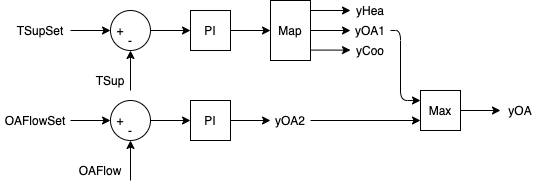
Before: testcases/multizone_office_simple_air/doc/images/C3.png, a diagram exported from draw.io (ibpsa/project1-boptest). Source tidied: cells renumbered, new cells last; positions are measured from the earlier drawing's top-left corner, leaving out a move shared by most shapes. The source it was exported from:
```xml
<mxGraphModel>
  <root>
    <mxCell id="0" />
    <mxCell id="1" parent="0" />
    <mxCell id="2" style="ellipse;whiteSpace=wrap;html=1;" parent="1" vertex="1">
      <mxGeometry x="110" y="10" width="40" height="40" as="geometry" />
    </mxCell>
    <mxCell id="3" style="endArrow=classic;html=1;entryX=0;entryY=0.5;entryDx=0;entryDy=0;" parent="1" edge="1" target="2">
      <mxGeometry relative="1" as="geometry">
        <mxPoint x="70" y="30" as="sourcePoint" />
      </mxGeometry>
    </mxCell>
    <mxCell id="4" style="endArrow=classic;html=1;entryX=0.5;entryY=1;entryDx=0;entryDy=0;" parent="1" edge="1" target="2">
      <mxGeometry relative="1" as="geometry">
        <mxPoint x="130" y="90" as="sourcePoint" />
      </mxGeometry>
    </mxCell>
    <mxCell id="5" style="endArrow=classic;html=1;exitX=1;exitY=0.5;exitDx=0;exitDy=0;entryX=0;entryY=0.5;entryDx=0;entryDy=0;" parent="1" edge="1" source="2" target="6">
      <mxGeometry relative="1" as="geometry" />
    </mxCell>
    <mxCell id="6" value="PI" style="rounded=0;whiteSpace=wrap;html=1;" parent="1" vertex="1">
      <mxGeometry x="190" y="10" width="40" height="40" as="geometry" />
    </mxCell>
    <mxCell id="7" style="endArrow=classic;html=1;exitX=1;exitY=0.5;exitDx=0;exitDy=0;" parent="1" edge="1" source="6">
      <mxGeometry relative="1" as="geometry">
        <mxPoint x="270" y="30" as="targetPoint" />
      </mxGeometry>
    </mxCell>
    <mxCell id="8" value="+" style="text;html=1;strokeColor=none;fillColor=none;align=center;verticalAlign=middle;whiteSpace=wrap;rounded=0;" parent="1" vertex="1">
      <mxGeometry x="110" y="20" width="20" height="20" as="geometry" />
    </mxCell>
    <mxCell id="9" value="-" style="text;html=1;strokeColor=none;fillColor=none;align=center;verticalAlign=middle;whiteSpace=wrap;rounded=0;" parent="1" vertex="1">
      <mxGeometry x="120" y="30" width="20" height="20" as="geometry" />
    </mxCell>
    <mxCell id="10" value="TSupSet" style="text;html=1;strokeColor=none;fillColor=none;align=center;verticalAlign=middle;whiteSpace=wrap;rounded=0;" parent="1" vertex="1">
      <mxGeometry x="10" y="20" width="60" height="20" as="geometry" />
    </mxCell>
    <mxCell id="11" value="TSup" style="text;html=1;strokeColor=none;fillColor=none;align=center;verticalAlign=middle;whiteSpace=wrap;rounded=0;" parent="1" vertex="1">
      <mxGeometry x="90" y="70" width="40" height="20" as="geometry" />
    </mxCell>
    <mxCell id="12" value="Map" style="rounded=0;whiteSpace=wrap;html=1;" parent="1" vertex="1">
      <mxGeometry x="270" width="40" height="60" as="geometry" />
    </mxCell>
    <mxCell id="13" style="endArrow=classic;html=1;exitX=1;exitY=0.5;exitDx=0;exitDy=0;" parent="1" edge="1">
      <mxGeometry relative="1" as="geometry">
        <mxPoint x="310" y="10" as="sourcePoint" />
        <mxPoint x="350" y="10" as="targetPoint" />
      </mxGeometry>
    </mxCell>
    <mxCell id="14" style="endArrow=classic;html=1;exitX=1;exitY=0.5;exitDx=0;exitDy=0;" parent="1" edge="1">
      <mxGeometry relative="1" as="geometry">
        <mxPoint x="310" y="30" as="sourcePoint" />
        <mxPoint x="350" y="30" as="targetPoint" />
      </mxGeometry>
    </mxCell>
    <mxCell id="15" style="endArrow=classic;html=1;exitX=1;exitY=0.5;exitDx=0;exitDy=0;" parent="1" edge="1">
      <mxGeometry relative="1" as="geometry">
        <mxPoint x="310" y="49.6" as="sourcePoint" />
        <mxPoint x="350" y="49.6" as="targetPoint" />
      </mxGeometry>
    </mxCell>
    <mxCell id="16" value="yHea" style="text;html=1;strokeColor=none;fillColor=none;align=center;verticalAlign=middle;whiteSpace=wrap;rounded=0;" parent="1" vertex="1">
      <mxGeometry x="350" width="40" height="20" as="geometry" />
    </mxCell>
    <mxCell id="17" value="yOA1" style="text;html=1;strokeColor=none;fillColor=none;align=center;verticalAlign=middle;whiteSpace=wrap;rounded=0;" parent="1" vertex="1">
      <mxGeometry x="350" y="20" width="40" height="20" as="geometry" />
    </mxCell>
    <mxCell id="18" value="yCoo" style="text;html=1;strokeColor=none;fillColor=none;align=center;verticalAlign=middle;whiteSpace=wrap;rounded=0;" parent="1" vertex="1">
      <mxGeometry x="350" y="40" width="40" height="20" as="geometry" />
    </mxCell>
    <mxCell id="19" style="ellipse;whiteSpace=wrap;html=1;" parent="1" vertex="1">
      <mxGeometry x="110" y="100" width="40" height="40" as="geometry" />
    </mxCell>
    <mxCell id="20" style="endArrow=classic;html=1;entryX=0;entryY=0.5;entryDx=0;entryDy=0;" parent="1" edge="1" target="19">
      <mxGeometry relative="1" as="geometry">
        <mxPoint x="70" y="120" as="sourcePoint" />
      </mxGeometry>
    </mxCell>
    <mxCell id="21" style="endArrow=classic;html=1;entryX=0.5;entryY=1;entryDx=0;entryDy=0;" parent="1" edge="1" target="19">
      <mxGeometry relative="1" as="geometry">
        <mxPoint x="130" y="180" as="sourcePoint" />
      </mxGeometry>
    </mxCell>
    <mxCell id="22" style="endArrow=classic;html=1;exitX=1;exitY=0.5;exitDx=0;exitDy=0;entryX=0;entryY=0.5;entryDx=0;entryDy=0;" parent="1" edge="1" source="19" target="23">
      <mxGeometry relative="1" as="geometry" />
    </mxCell>
    <mxCell id="23" value="PI" style="rounded=0;whiteSpace=wrap;html=1;" parent="1" vertex="1">
      <mxGeometry x="190" y="100" width="40" height="40" as="geometry" />
    </mxCell>
    <mxCell id="24" value="+" style="text;html=1;strokeColor=none;fillColor=none;align=center;verticalAlign=middle;whiteSpace=wrap;rounded=0;" parent="1" vertex="1">
      <mxGeometry x="110" y="110" width="20" height="20" as="geometry" />
    </mxCell>
    <mxCell id="25" value="-" style="text;html=1;strokeColor=none;fillColor=none;align=center;verticalAlign=middle;whiteSpace=wrap;rounded=0;" parent="1" vertex="1">
      <mxGeometry x="120" y="120" width="20" height="20" as="geometry" />
    </mxCell>
    <mxCell id="26" value="OAFlowSet" style="text;html=1;strokeColor=none;fillColor=none;align=center;verticalAlign=middle;whiteSpace=wrap;rounded=0;" parent="1" vertex="1">
      <mxGeometry y="110" width="70" height="20" as="geometry" />
    </mxCell>
    <mxCell id="27" value="OAFlow" style="text;html=1;strokeColor=none;fillColor=none;align=center;verticalAlign=middle;whiteSpace=wrap;rounded=0;" parent="1" vertex="1">
      <mxGeometry x="70" y="160" width="60" height="20" as="geometry" />
    </mxCell>
    <mxCell id="28" style="endArrow=classic;html=1;exitX=1;exitY=0.5;exitDx=0;exitDy=0;" parent="1" edge="1">
      <mxGeometry relative="1" as="geometry">
        <mxPoint x="230" y="120" as="sourcePoint" />
        <mxPoint x="270" y="120" as="targetPoint" />
      </mxGeometry>
    </mxCell>
    <mxCell id="29" value="yOA2" style="text;html=1;strokeColor=none;fillColor=none;align=center;verticalAlign=middle;whiteSpace=wrap;rounded=0;" parent="1" vertex="1">
      <mxGeometry x="270" y="110" width="40" height="20" as="geometry" />
    </mxCell>
    <mxCell id="30" value="Max" style="rounded=0;whiteSpace=wrap;html=1;" parent="1" vertex="1">
      <mxGeometry x="420" y="90" width="40" height="40" as="geometry" />
    </mxCell>
    <mxCell id="31" style="endArrow=classic;html=1;entryX=0;entryY=0.75;entryDx=0;entryDy=0;exitX=1;exitY=0.5;exitDx=0;exitDy=0;" parent="1" edge="1" source="29" target="30">
      <mxGeometry relative="1" as="geometry" />
    </mxCell>
    <mxCell id="32" style="endArrow=classic;html=1;entryX=0;entryY=0.25;entryDx=0;entryDy=0;exitX=1;exitY=0.5;exitDx=0;exitDy=0;" parent="1" edge="1" source="17" target="30">
      <mxGeometry relative="1" as="geometry">
        <Array as="points">
          <mxPoint x="400" y="30" />
          <mxPoint x="400" y="100" />
        </Array>
      </mxGeometry>
    </mxCell>
    <mxCell id="33" style="endArrow=classic;html=1;exitX=1;exitY=0.5;exitDx=0;exitDy=0;" parent="1" edge="1">
      <mxGeometry relative="1" as="geometry">
        <mxPoint x="460" y="110" as="sourcePoint" />
        <mxPoint x="500" y="110" as="targetPoint" />
      </mxGeometry>
    </mxCell>
    <mxCell id="34" value="yOA" style="text;html=1;strokeColor=none;fillColor=none;align=center;verticalAlign=middle;whiteSpace=wrap;rounded=0;" parent="1" vertex="1">
      <mxGeometry x="500" y="100" width="40" height="20" as="geometry" />
    </mxCell>
  </root>
</mxGraphModel>
```
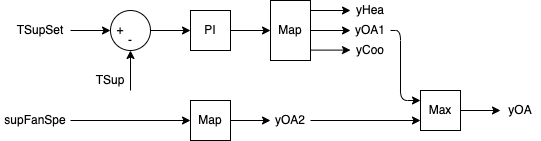
Later version of the same file.

Change to the diagram source:
```diff
@@ -68,37 +68,17 @@
     <mxCell id="18" value="yCoo" style="text;html=1;strokeColor=none;fillColor=none;align=center;verticalAlign=middle;whiteSpace=wrap;rounded=0;" parent="1" vertex="1">
       <mxGeometry x="350" y="40" width="40" height="20" as="geometry" />
     </mxCell>
-    <mxCell id="19" style="ellipse;whiteSpace=wrap;html=1;" parent="1" vertex="1">
-      <mxGeometry x="110" y="100" width="40" height="40" as="geometry" />
-    </mxCell>
-    <mxCell id="20" style="endArrow=classic;html=1;entryX=0;entryY=0.5;entryDx=0;entryDy=0;" parent="1" edge="1" target="19">
+    <mxCell id="20" style="endArrow=classic;html=1;entryX=0;entryY=0.5;entryDx=0;entryDy=0;" parent="1" edge="1" target="23">
       <mxGeometry relative="1" as="geometry">
         <mxPoint x="70" y="120" as="sourcePoint" />
       </mxGeometry>
     </mxCell>
-    <mxCell id="21" style="endArrow=classic;html=1;entryX=0.5;entryY=1;entryDx=0;entryDy=0;" parent="1" edge="1" target="19">
-      <mxGeometry relative="1" as="geometry">
-        <mxPoint x="130" y="180" as="sourcePoint" />
-      </mxGeometry>
-    </mxCell>
-    <mxCell id="22" style="endArrow=classic;html=1;exitX=1;exitY=0.5;exitDx=0;exitDy=0;entryX=0;entryY=0.5;entryDx=0;entryDy=0;" parent="1" edge="1" source="19" target="23">
-      <mxGeometry relative="1" as="geometry" />
-    </mxCell>
-    <mxCell id="23" value="PI" style="rounded=0;whiteSpace=wrap;html=1;" parent="1" vertex="1">
+    <mxCell id="23" value="Map" style="rounded=0;whiteSpace=wrap;html=1;" parent="1" vertex="1">
       <mxGeometry x="190" y="100" width="40" height="40" as="geometry" />
     </mxCell>
-    <mxCell id="24" value="+" style="text;html=1;strokeColor=none;fillColor=none;align=center;verticalAlign=middle;whiteSpace=wrap;rounded=0;" parent="1" vertex="1">
-      <mxGeometry x="110" y="110" width="20" height="20" as="geometry" />
-    </mxCell>
-    <mxCell id="25" value="-" style="text;html=1;strokeColor=none;fillColor=none;align=center;verticalAlign=middle;whiteSpace=wrap;rounded=0;" parent="1" vertex="1">
-      <mxGeometry x="120" y="120" width="20" height="20" as="geometry" />
-    </mxCell>
-    <mxCell id="26" value="OAFlowSet" style="text;html=1;strokeColor=none;fillColor=none;align=center;verticalAlign=middle;whiteSpace=wrap;rounded=0;" parent="1" vertex="1">
+    <mxCell id="26" value="supFanSpe" style="text;html=1;strokeColor=none;fillColor=none;align=center;verticalAlign=middle;whiteSpace=wrap;rounded=0;" parent="1" vertex="1">
       <mxGeometry y="110" width="70" height="20" as="geometry" />
     </mxCell>
-    <mxCell id="27" value="OAFlow" style="text;html=1;strokeColor=none;fillColor=none;align=center;verticalAlign=middle;whiteSpace=wrap;rounded=0;" parent="1" vertex="1">
-      <mxGeometry x="70" y="160" width="60" height="20" as="geometry" />
-    </mxCell>
     <mxCell id="28" style="endArrow=classic;html=1;exitX=1;exitY=0.5;exitDx=0;exitDy=0;" parent="1" edge="1">
       <mxGeometry relative="1" as="geometry">
         <mxPoint x="230" y="120" as="sourcePoint" />
```
